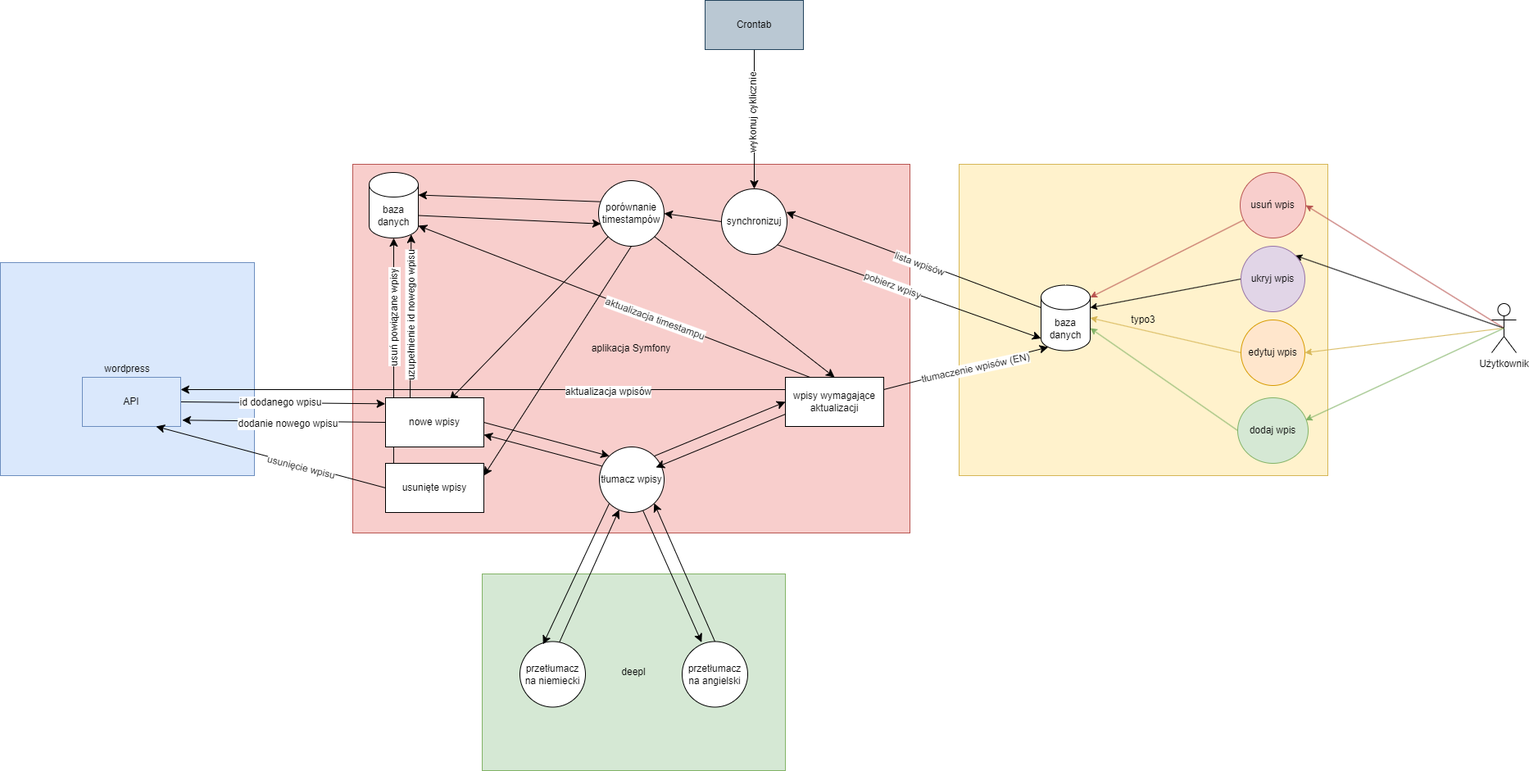
Above: docs/schema.png in kacperrymkiewicz/Typo3-wordpress-sync (draw.io), before the change. Source tidied: cells renumbered, new cells last; positions are measured from the earlier drawing's top-left corner, leaving out a move shared by most shapes.
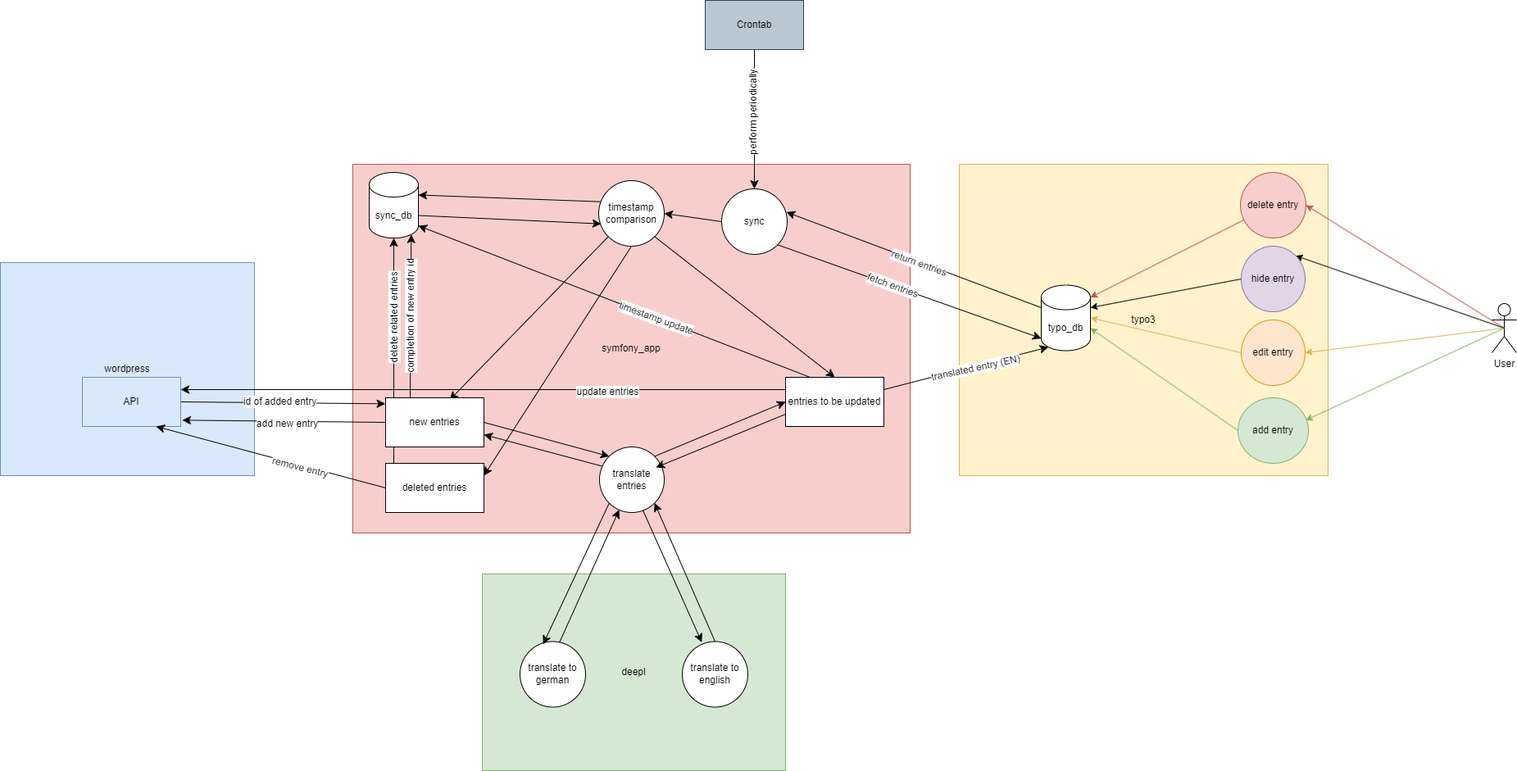
Later version of the same file.

The edit, as a diff of the source:
```diff
@@ -2,7 +2,7 @@
   <root>
     <mxCell id="0" />
     <mxCell id="1" parent="0" />
-    <mxCell id="2" value="aplikacja Symfony" style="rounded=0;whiteSpace=wrap;html=1;fillColor=#f8cecc;strokeColor=#b85450;" parent="1" vertex="1">
+    <mxCell id="2" value="symfony_app" style="rounded=0;whiteSpace=wrap;html=1;fillColor=#f8cecc;strokeColor=#b85450;" parent="1" vertex="1">
       <mxGeometry x="430" y="200" width="680" height="450" as="geometry" />
     </mxCell>
     <mxCell id="3" value="deepl" style="rounded=0;whiteSpace=wrap;html=1;fillColor=#d5e8d4;strokeColor=#82b366;" parent="1" vertex="1">
@@ -23,7 +23,7 @@
     <mxCell id="7" style="edgeStyle=none;curved=1;rounded=0;jettySize=auto;html=1;entryX=-0.003;entryY=0.122;entryDx=0;entryDy=0;fontSize=12;startSize=8;endSize=8;exitX=1;exitY=0.5;exitDx=0;exitDy=0;entryPerimeter=0;" parent="1" edge="1" source="9" target="62">
       <mxGeometry relative="1" as="geometry" />
     </mxCell>
-    <mxCell id="8" value="id dodanego wpisu" style="edgeLabel;html=1;align=center;verticalAlign=middle;fontSize=12;" parent="7" vertex="1">
+    <mxCell id="8" value="id of added entry" style="edgeLabel;html=1;align=center;verticalAlign=middle;fontSize=12;" parent="7" vertex="1">
       <mxGeometry x="0.31" y="-1" relative="1" as="geometry">
         <mxPoint x="-43" y="-3" as="offset" />
       </mxGeometry>
@@ -40,52 +40,52 @@
     <mxCell id="12" style="rounded=0;jettySize=auto;html=1;exitX=0.5;exitY=0.5;exitDx=0;exitDy=0;exitPerimeter=0;entryX=1;entryY=0;entryDx=0;entryDy=0;" parent="1" edge="1" source="13" target="25">
       <mxGeometry relative="1" as="geometry" />
     </mxCell>
-    <mxCell id="13" value="Użytkownik" style="shape=umlActor;verticalLabelPosition=bottom;verticalAlign=top;html=1;outlineConnect=0;" parent="1" vertex="1">
+    <mxCell id="13" value="User" style="shape=umlActor;verticalLabelPosition=bottom;verticalAlign=top;html=1;outlineConnect=0;" parent="1" vertex="1">
       <mxGeometry x="1820" y="370" width="30" height="60" as="geometry" />
     </mxCell>
     <mxCell id="14" style="endArrow=classic;html=1;rounded=0;entryX=0.961;entryY=0.343;entryDx=0;entryDy=0;entryPerimeter=0;exitX=0.5;exitY=0.5;exitDx=0;exitDy=0;exitPerimeter=0;fillColor=#d5e8d4;strokeColor=#82b366;" parent="1" edge="1" source="13" target="15">
       <mxGeometry relative="1" as="geometry" />
     </mxCell>
-    <mxCell id="15" value="dodaj wpis" style="ellipse;whiteSpace=wrap;html=1;fillColor=#d5e8d4;strokeColor=#82b366;" parent="1" vertex="1">
+    <mxCell id="15" value="add entry" style="ellipse;whiteSpace=wrap;html=1;fillColor=#d5e8d4;strokeColor=#82b366;" parent="1" vertex="1">
       <mxGeometry x="1510" y="485" width="86" height="80" as="geometry" />
     </mxCell>
     <mxCell id="16" style="rounded=0;jettySize=auto;html=1;exitX=0;exitY=0.5;exitDx=0;exitDy=0;entryX=1;entryY=0.5;entryDx=0;entryDy=0;fillColor=#fff2cc;strokeColor=#d6b656;entryPerimeter=0;" parent="1" edge="1" source="17" target="38">
       <mxGeometry relative="1" as="geometry" />
     </mxCell>
-    <mxCell id="17" value="edytuj wpis" style="ellipse;whiteSpace=wrap;html=1;fillColor=#ffe6cc;strokeColor=#d79b00;" parent="1" vertex="1">
+    <mxCell id="17" value="edit entry" style="ellipse;whiteSpace=wrap;html=1;fillColor=#ffe6cc;strokeColor=#d79b00;" parent="1" vertex="1">
       <mxGeometry x="1514" y="390" width="78" height="80" as="geometry" />
     </mxCell>
     <mxCell id="18" style="edgeStyle=none;curved=1;rounded=0;jettySize=auto;html=1;exitX=0.5;exitY=0;exitDx=0;exitDy=0;entryX=1;entryY=1;entryDx=0;entryDy=0;fontSize=12;startSize=8;endSize=8;" parent="1" edge="1" source="19" target="57">
       <mxGeometry relative="1" as="geometry" />
     </mxCell>
-    <mxCell id="19" value="przetłumacz na angielski" style="ellipse;whiteSpace=wrap;html=1;" parent="1" vertex="1">
+    <mxCell id="19" value="translate to english" style="ellipse;whiteSpace=wrap;html=1;" parent="1" vertex="1">
       <mxGeometry x="832" y="782.5" width="80" height="80" as="geometry" />
     </mxCell>
     <mxCell id="20" style="edgeStyle=none;curved=1;rounded=0;jettySize=auto;html=1;exitX=0.603;exitY=0.011;exitDx=0;exitDy=0;entryX=0.304;entryY=0.96;entryDx=0;entryDy=0;fontSize=12;startSize=8;endSize=8;exitPerimeter=0;entryPerimeter=0;" parent="1" edge="1" source="21" target="57">
       <mxGeometry relative="1" as="geometry" />
     </mxCell>
-    <mxCell id="21" value="przetłumacz na niemiecki" style="ellipse;whiteSpace=wrap;html=1;" parent="1" vertex="1">
+    <mxCell id="21" value="translate to german" style="ellipse;whiteSpace=wrap;html=1;" parent="1" vertex="1">
       <mxGeometry x="634" y="782.5" width="80" height="80" as="geometry" />
     </mxCell>
     <mxCell id="22" style="rounded=0;jettySize=auto;html=1;fillColor=#f8cecc;strokeColor=#b85450;entryX=1;entryY=0;entryDx=0;entryDy=15;entryPerimeter=0;" parent="1" edge="1" source="23" target="38">
       <mxGeometry relative="1" as="geometry" />
     </mxCell>
-    <mxCell id="23" value="usuń wpis" style="ellipse;whiteSpace=wrap;html=1;fillColor=#f8cecc;strokeColor=#b85450;" parent="1" vertex="1">
+    <mxCell id="23" value="delete entry" style="ellipse;whiteSpace=wrap;html=1;fillColor=#f8cecc;strokeColor=#b85450;" parent="1" vertex="1">
       <mxGeometry x="1513" y="210" width="80" height="80" as="geometry" />
     </mxCell>
     <mxCell id="24" style="rounded=0;jettySize=auto;html=1;exitX=0;exitY=0.5;exitDx=0;exitDy=0;entryX=1;entryY=0;entryDx=0;entryDy=27.5;entryPerimeter=0;" parent="1" edge="1" source="25" target="38">
       <mxGeometry relative="1" as="geometry" />
     </mxCell>
-    <mxCell id="25" value="ukryj wpis" style="ellipse;whiteSpace=wrap;html=1;fillColor=#e1d5e7;strokeColor=#9673a6;" parent="1" vertex="1">
+    <mxCell id="25" value="hide entry" style="ellipse;whiteSpace=wrap;html=1;fillColor=#e1d5e7;strokeColor=#9673a6;" parent="1" vertex="1">
       <mxGeometry x="1514" y="300" width="78" height="80" as="geometry" />
     </mxCell>
-    <mxCell id="26" value="synchronizuj" style="ellipse;whiteSpace=wrap;html=1;" parent="1" vertex="1">
+    <mxCell id="26" value="sync" style="ellipse;whiteSpace=wrap;html=1;" parent="1" vertex="1">
       <mxGeometry x="880" y="230" width="80" height="80" as="geometry" />
     </mxCell>
     <mxCell id="27" style="edgeStyle=none;curved=1;rounded=0;jettySize=auto;html=1;exitX=0;exitY=0;exitDx=0;exitDy=27.5;entryX=0.989;entryY=0.355;entryDx=0;entryDy=0;fontSize=12;startSize=8;endSize=8;exitPerimeter=0;entryPerimeter=0;" parent="1" edge="1" source="38" target="26">
       <mxGeometry relative="1" as="geometry" />
     </mxCell>
-    <mxCell id="28" value="lista wpisów" style="edgeLabel;html=1;align=center;verticalAlign=middle;fontSize=12;rotation=20;" parent="27" vertex="1">
+    <mxCell id="28" value="return entries" style="edgeLabel;html=1;align=center;verticalAlign=middle;fontSize=12;rotation=20;" parent="27" vertex="1">
       <mxGeometry x="0.15" y="-1" relative="1" as="geometry">
         <mxPoint x="29" y="13" as="offset" />
       </mxGeometry>
@@ -96,12 +96,12 @@
     <mxCell id="30" style="edgeStyle=none;curved=1;rounded=0;jettySize=auto;html=1;exitX=0;exitY=0.25;exitDx=0;exitDy=0;fontSize=12;startSize=8;endSize=8;entryX=1;entryY=0.25;entryDx=0;entryDy=0;" parent="1" edge="1" source="32" target="9">
       <mxGeometry relative="1" as="geometry" />
     </mxCell>
-    <mxCell id="31" value="&lt;div&gt;aktualizacja wpisów&lt;/div&gt;" style="edgeLabel;html=1;align=center;verticalAlign=middle;fontSize=12;" parent="30" vertex="1">
+    <mxCell id="31" value="&lt;div&gt;update entries&lt;/div&gt;" style="edgeLabel;html=1;align=center;verticalAlign=middle;fontSize=12;" parent="30" vertex="1">
       <mxGeometry x="-0.22" y="2" relative="1" as="geometry">
         <mxPoint x="71" as="offset" />
       </mxGeometry>
     </mxCell>
-    <mxCell id="32" value="wpisy wymagające aktualizacji" style="rounded=0;whiteSpace=wrap;html=1;" parent="1" vertex="1">
+    <mxCell id="32" value="entries to be updated" style="rounded=0;whiteSpace=wrap;html=1;" parent="1" vertex="1">
       <mxGeometry x="958" y="460" width="120" height="60" as="geometry" />
     </mxCell>
     <mxCell id="33" style="edgeStyle=none;curved=1;rounded=0;jettySize=auto;html=1;exitX=0;exitY=0.5;exitDx=0;exitDy=0;fontSize=12;startSize=8;endSize=8;entryX=1;entryY=0.5;entryDx=0;entryDy=0;" parent="1" edge="1" source="26" target="36">
@@ -113,25 +113,25 @@
     <mxCell id="35" style="edgeStyle=none;curved=1;rounded=0;jettySize=auto;html=1;exitX=0.5;exitY=1;exitDx=0;exitDy=0;entryX=1;entryY=0.25;entryDx=0;entryDy=0;fontSize=12;startSize=8;endSize=8;" parent="1" edge="1" source="36" target="61">
       <mxGeometry relative="1" as="geometry" />
     </mxCell>
-    <mxCell id="36" value="porównanie timestampów" style="ellipse;whiteSpace=wrap;html=1;" parent="1" vertex="1">
+    <mxCell id="36" value="timestamp comparison" style="ellipse;whiteSpace=wrap;html=1;" parent="1" vertex="1">
       <mxGeometry x="730" y="220" width="80" height="80" as="geometry" />
     </mxCell>
-    <mxCell id="37" value="baza danych" style="shape=cylinder3;whiteSpace=wrap;html=1;boundedLbl=1;backgroundOutline=1;size=15;" parent="1" vertex="1">
+    <mxCell id="37" value="sync_db" style="shape=cylinder3;whiteSpace=wrap;html=1;boundedLbl=1;backgroundOutline=1;size=15;" parent="1" vertex="1">
       <mxGeometry x="450" y="210" width="60" height="80" as="geometry" />
     </mxCell>
-    <mxCell id="38" value="baza danych" style="shape=cylinder3;whiteSpace=wrap;html=1;boundedLbl=1;backgroundOutline=1;size=15;" parent="1" vertex="1">
+    <mxCell id="38" value="typo_db" style="shape=cylinder3;whiteSpace=wrap;html=1;boundedLbl=1;backgroundOutline=1;size=15;" parent="1" vertex="1">
       <mxGeometry x="1270" y="347.5" width="60" height="80" as="geometry" />
     </mxCell>
     <mxCell id="39" style="edgeStyle=none;curved=1;rounded=0;jettySize=auto;html=1;exitX=1;exitY=0.25;exitDx=0;exitDy=0;entryX=0.145;entryY=1;entryDx=0;entryDy=-4.35;entryPerimeter=0;fontSize=12;startSize=8;endSize=8;" parent="1" edge="1" source="32" target="38">
       <mxGeometry relative="1" as="geometry" />
     </mxCell>
-    <mxCell id="40" value="tłumaczenie wpisów (EN)" style="edgeLabel;html=1;align=center;verticalAlign=middle;fontSize=12;rotation=348;" parent="39" vertex="1">
+    <mxCell id="40" value="translated entry (EN)" style="edgeLabel;html=1;align=center;verticalAlign=middle;fontSize=12;rotation=348;" parent="39" vertex="1">
       <mxGeometry x="0.1" y="-2" relative="1" as="geometry" />
     </mxCell>
     <mxCell id="41" style="edgeStyle=none;curved=1;rounded=0;jettySize=auto;html=1;exitX=0;exitY=0.5;exitDx=0;exitDy=0;entryX=1.016;entryY=0.872;entryDx=0;entryDy=0;fontSize=12;startSize=8;endSize=8;entryPerimeter=0;" parent="1" edge="1" source="62" target="9">
       <mxGeometry relative="1" as="geometry" />
     </mxCell>
-    <mxCell id="42" value="dodanie nowego wpisu" style="edgeLabel;html=1;align=center;verticalAlign=middle;fontSize=12;" parent="41" vertex="1">
+    <mxCell id="42" value="add new entry" style="edgeLabel;html=1;align=center;verticalAlign=middle;fontSize=12;" parent="41" vertex="1">
       <mxGeometry x="-0.45" y="2" relative="1" as="geometry">
         <mxPoint x="-52" as="offset" />
       </mxGeometry>
@@ -142,7 +142,7 @@
     <mxCell id="44" style="edgeStyle=none;curved=1;rounded=0;jettySize=auto;html=1;exitX=1;exitY=1;exitDx=0;exitDy=0;entryX=0;entryY=1;entryDx=0;entryDy=-15;entryPerimeter=0;fontSize=12;startSize=8;endSize=8;" parent="1" edge="1" source="26" target="38">
       <mxGeometry relative="1" as="geometry" />
     </mxCell>
-    <mxCell id="45" value="pobierz wpisy" style="edgeLabel;html=1;align=center;verticalAlign=middle;fontSize=12;rotation=20;" parent="44" vertex="1">
+    <mxCell id="45" value="fetch entries" style="edgeLabel;html=1;align=center;verticalAlign=middle;fontSize=12;rotation=20;" parent="44" vertex="1">
       <mxGeometry x="-0.13" y="1" relative="1" as="geometry" />
     </mxCell>
     <mxCell id="46" style="edgeStyle=none;curved=1;rounded=0;jettySize=auto;html=1;exitX=0.024;exitY=0.321;exitDx=0;exitDy=0;entryX=1;entryY=0;entryDx=0;entryDy=27.5;entryPerimeter=0;fontSize=12;startSize=8;endSize=8;exitPerimeter=0;" parent="1" edge="1" source="36" target="37">
@@ -157,7 +157,7 @@
     <mxCell id="49" style="edgeStyle=none;curved=1;rounded=0;jettySize=auto;html=1;exitX=0.25;exitY=0;exitDx=0;exitDy=0;entryX=0.855;entryY=1;entryDx=0;entryDy=-4.35;entryPerimeter=0;fontSize=12;startSize=8;endSize=8;" parent="1" edge="1" source="62" target="37">
       <mxGeometry relative="1" as="geometry" />
     </mxCell>
-    <mxCell id="50" value="uzupełnienie id nowego wpisu" style="edgeLabel;html=1;align=center;verticalAlign=middle;fontSize=12;rotation=-90;" parent="49" vertex="1">
+    <mxCell id="50" value="completion of new entry id" style="edgeLabel;html=1;align=center;verticalAlign=middle;fontSize=12;rotation=-90;" parent="49" vertex="1">
       <mxGeometry x="-0.23" y="1" relative="1" as="geometry">
         <mxPoint x="1" y="-21" as="offset" />
       </mxGeometry>
@@ -165,7 +165,7 @@
     <mxCell id="51" style="edgeStyle=none;curved=1;rounded=0;jettySize=auto;html=1;exitX=0.25;exitY=0;exitDx=0;exitDy=0;entryX=1;entryY=1;entryDx=0;entryDy=-15;entryPerimeter=0;fontSize=12;startSize=8;endSize=8;" parent="1" edge="1" source="32" target="37">
       <mxGeometry relative="1" as="geometry" />
     </mxCell>
-    <mxCell id="52" value="aktualizacja timestampu" style="edgeLabel;html=1;align=center;verticalAlign=middle;fontSize=12;rotation=20;" parent="51" vertex="1">
+    <mxCell id="52" value="timestamp update" style="edgeLabel;html=1;align=center;verticalAlign=middle;fontSize=12;rotation=20;" parent="51" vertex="1">
       <mxGeometry x="-0.26" relative="1" as="geometry">
         <mxPoint x="-12" y="-4" as="offset" />
       </mxGeometry>
@@ -182,7 +182,7 @@
     <mxCell id="56" style="edgeStyle=none;curved=1;rounded=0;jettySize=auto;html=1;exitX=0.039;exitY=0.293;exitDx=0;exitDy=0;fontSize=12;startSize=8;endSize=8;entryX=1;entryY=0.75;entryDx=0;entryDy=0;exitPerimeter=0;" parent="1" edge="1" source="57" target="62">
       <mxGeometry relative="1" as="geometry" />
     </mxCell>
-    <mxCell id="57" value="tłumacz wpisy" style="ellipse;whiteSpace=wrap;html=1;" parent="1" vertex="1">
+    <mxCell id="57" value="translate entries" style="ellipse;whiteSpace=wrap;html=1;" parent="1" vertex="1">
       <mxGeometry x="731" y="545" width="79" height="80" as="geometry" />
     </mxCell>
     <mxCell id="58" style="edgeStyle=none;curved=1;rounded=0;jettySize=auto;html=1;exitX=0;exitY=0.75;exitDx=0;exitDy=0;fontSize=12;startSize=8;endSize=8;" parent="1" edge="1" source="32">
@@ -193,21 +193,21 @@
     <mxCell id="59" style="edgeStyle=none;curved=1;rounded=0;jettySize=auto;html=1;exitX=0.083;exitY=0.083;exitDx=0;exitDy=0;fontSize=12;startSize=8;endSize=8;exitPerimeter=0;" parent="1" edge="1" source="61" target="37">
       <mxGeometry relative="1" as="geometry" />
     </mxCell>
-    <mxCell id="60" value="usuń powiązane wpisy" style="edgeLabel;html=1;align=center;verticalAlign=middle;fontSize=12;rotation=-90;" parent="59" vertex="1">
+    <mxCell id="60" value="delete related entries" style="edgeLabel;html=1;align=center;verticalAlign=middle;fontSize=12;rotation=-90;" parent="59" vertex="1">
       <mxGeometry x="0.13" y="2" relative="1" as="geometry">
         <mxPoint x="2" y="-24" as="offset" />
       </mxGeometry>
     </mxCell>
-    <mxCell id="61" value="usunięte wpisy" style="rounded=0;whiteSpace=wrap;html=1;" parent="1" vertex="1">
+    <mxCell id="61" value="deleted entries" style="rounded=0;whiteSpace=wrap;html=1;" parent="1" vertex="1">
       <mxGeometry x="470" y="565" width="120" height="60" as="geometry" />
     </mxCell>
-    <mxCell id="62" value="nowe wpisy" style="rounded=0;whiteSpace=wrap;html=1;" parent="1" vertex="1">
+    <mxCell id="62" value="new entries" style="rounded=0;whiteSpace=wrap;html=1;" parent="1" vertex="1">
       <mxGeometry x="470" y="485" width="120" height="60" as="geometry" />
     </mxCell>
     <mxCell id="63" style="edgeStyle=none;curved=1;rounded=0;jettySize=auto;html=1;exitX=0;exitY=0.5;exitDx=0;exitDy=0;entryX=0.75;entryY=1;entryDx=0;entryDy=0;fontSize=12;startSize=8;endSize=8;" parent="1" edge="1" source="61" target="9">
       <mxGeometry relative="1" as="geometry" />
     </mxCell>
-    <mxCell id="64" value="usunięcie wpisu" style="edgeLabel;html=1;align=center;verticalAlign=middle;fontSize=12;rotation=14;" parent="63" vertex="1">
+    <mxCell id="64" value="remove entry" style="edgeLabel;html=1;align=center;verticalAlign=middle;fontSize=12;rotation=14;" parent="63" vertex="1">
       <mxGeometry x="-0.42" y="4" relative="1" as="geometry">
         <mxPoint x="-22" y="-8" as="offset" />
       </mxGeometry>
@@ -215,7 +215,7 @@
     <mxCell id="65" style="edgeStyle=none;curved=1;rounded=0;jettySize=auto;html=1;entryX=0.5;entryY=0;entryDx=0;entryDy=0;fontSize=12;startSize=8;endSize=8;" parent="1" edge="1" source="67" target="26">
       <mxGeometry relative="1" as="geometry" />
     </mxCell>
-    <mxCell id="66" value="wykonuj cyklicznie" style="edgeLabel;html=1;align=center;verticalAlign=middle;fontSize=12;rotation=-90;" parent="65" vertex="1">
+    <mxCell id="66" value="perform periodically" style="edgeLabel;html=1;align=center;verticalAlign=middle;fontSize=12;rotation=-90;" parent="65" vertex="1">
       <mxGeometry x="-0.09" y="-2" relative="1" as="geometry" />
     </mxCell>
     <mxCell id="67" value="Crontab" style="rounded=0;whiteSpace=wrap;html=1;fillColor=#bac8d3;strokeColor=#23445d;" parent="1" vertex="1">
```
